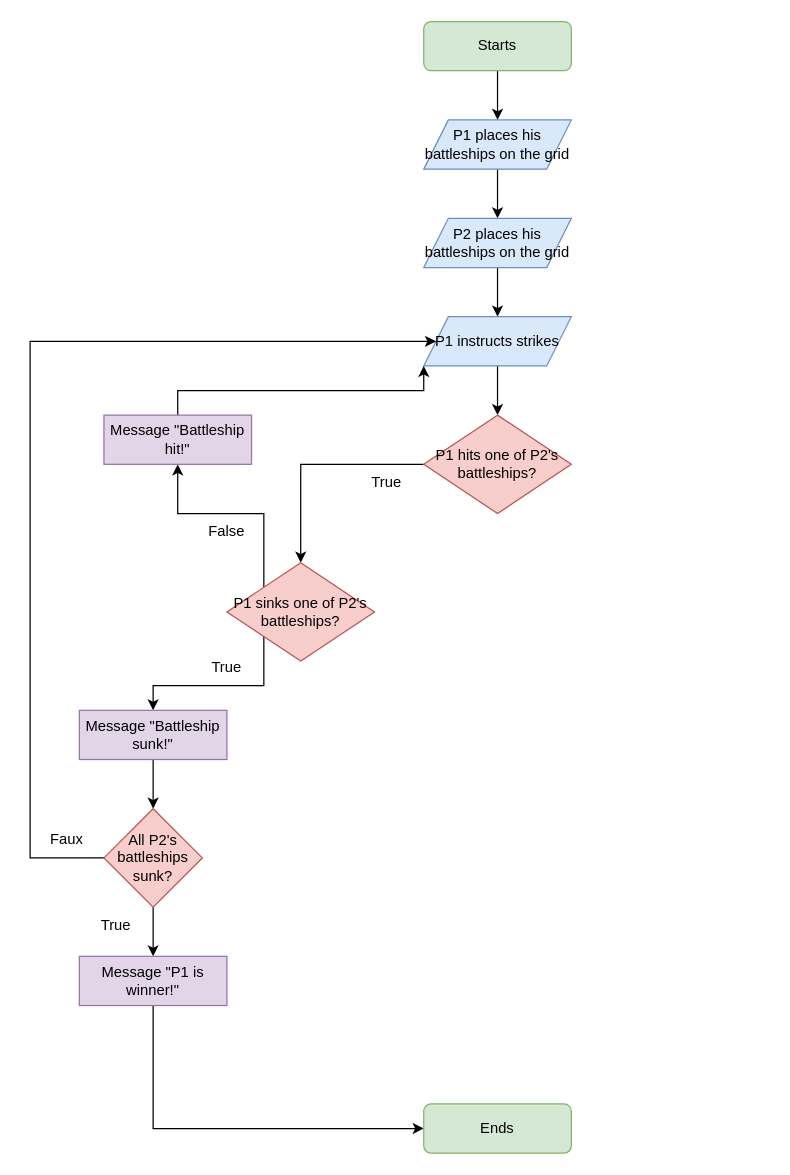
tinghaoK7727/Battleships_game keeps this draw.io diagram as Flowchart_battleships_game.drawio. Above is the earlier version. Source tidied: cells renumbered, new cells numbered last; positions are measured from the earlier drawing's top-left corner, leaving out a move shared by most shapes. Both pictures are drawn from the tidied source at 123%, with x=0, y=0 at pixel (30, 21).
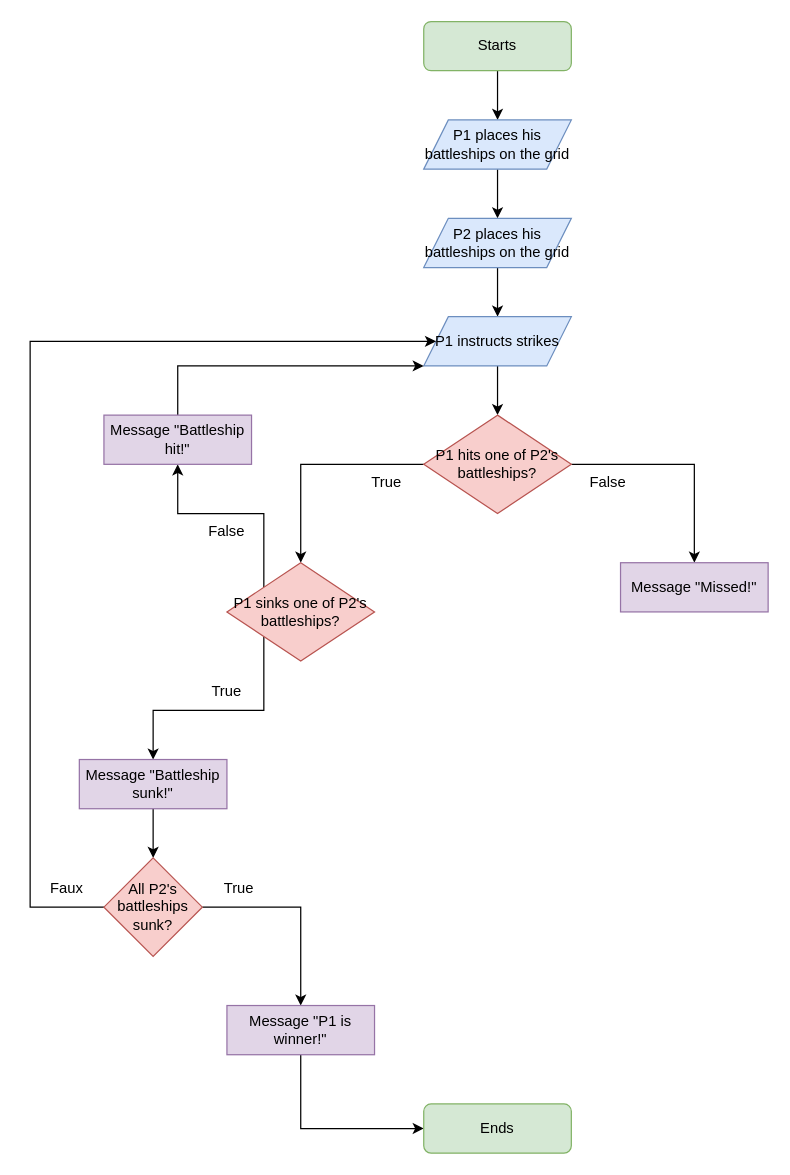
Above is the later version.

The change refers to these unchanged cells:
```xml
<mxCell id="9" value="P1 instructs strikes" style="shape=parallelogram;perimeter=parallelogramPerimeter;whiteSpace=wrap;html=1;fixedSize=1;fillColor=#dae8fc;strokeColor=#6c8ebf;" parent="1" vertex="1">
  <mxGeometry x="320" y="240" width="120" height="40" as="geometry" />
</mxCell>
<mxCell id="11" value="P1 hits one of P2's battleships?" style="rhombus;whiteSpace=wrap;html=1;fillColor=#f8cecc;strokeColor=#b85450;" parent="1" vertex="1">
  <mxGeometry x="320" y="320" width="120" height="80" as="geometry" />
</mxCell>
<mxCell id="16" value="Message &quot;Battleship hit!&quot;" style="rounded=0;whiteSpace=wrap;html=1;fillColor=#e1d5e7;strokeColor=#9673a6;" parent="1" vertex="1">
  <mxGeometry x="60" y="320" width="120" height="40" as="geometry" />
</mxCell>
```

Diff of the diagram source:
```diff
@@
+    <mxCell id="30" style="edgeStyle=orthogonalEdgeStyle;rounded=0;jettySize=auto;html=1;exitX=1;exitY=0.5;exitDx=0;exitDy=0;entryX=0.5;entryY=0;entryDx=0;entryDy=0;" parent="1" edge="1" source="11" target="31">
+      <mxGeometry relative="1" as="geometry" />
+    </mxCell>
@@
     <mxCell id="15" style="edgeStyle=orthogonalEdgeStyle;rounded=0;jettySize=auto;html=1;exitX=0.5;exitY=0;exitDx=0;exitDy=0;entryX=0;entryY=1;entryDx=0;entryDy=0;" parent="1" edge="1" source="16" target="9">
-      <mxGeometry relative="1" as="geometry" />
+      <mxGeometry relative="1" as="geometry">
+        <Array as="points">
+          <mxPoint x="120" y="280" />
+        </Array>
+      </mxGeometry>
     </mxCell>
@@
     <mxCell id="18" value="Message &quot;Battleship sunk!&quot;" style="rounded=0;whiteSpace=wrap;html=1;fillColor=#e1d5e7;strokeColor=#9673a6;" parent="1" vertex="1">
-      <mxGeometry x="40" y="560" width="120" height="40" as="geometry" />
+      <mxGeometry x="40" y="600" width="120" height="40" as="geometry" />
     </mxCell>
@@
     <mxCell id="20" value="True" style="text;html=1;strokeColor=none;fillColor=none;align=center;verticalAlign=middle;whiteSpace=wrap;rounded=0;" parent="1" vertex="1">
-      <mxGeometry x="130" y="510" width="60" height="30" as="geometry" />
+      <mxGeometry x="130" y="530" width="60" height="30" as="geometry" />
     </mxCell>
-    <mxCell id="21" style="edgeStyle=orthogonalEdgeStyle;rounded=0;jettySize=auto;html=1;exitX=0.5;exitY=1;exitDx=0;exitDy=0;entryX=0.5;entryY=0;entryDx=0;entryDy=0;" parent="1" edge="1" source="23" target="25">
+    <mxCell id="21" style="edgeStyle=orthogonalEdgeStyle;rounded=0;jettySize=auto;html=1;entryX=0.5;entryY=0;entryDx=0;entryDy=0;" parent="1" edge="1" source="23" target="25">
       <mxGeometry relative="1" as="geometry" />
     </mxCell>
     <mxCell id="22" style="edgeStyle=orthogonalEdgeStyle;rounded=0;jettySize=auto;html=1;exitX=0;exitY=0.5;exitDx=0;exitDy=0;entryX=0;entryY=0.5;entryDx=0;entryDy=0;" parent="1" edge="1" source="23" target="9">
       <mxGeometry relative="1" as="geometry">
         <Array as="points">
-          <mxPoint y="680" />
+          <mxPoint y="720" />
           <mxPoint y="260" />
         </Array>
       </mxGeometry>
     </mxCell>
     <mxCell id="23" value="All P2's battleships sunk?" style="rhombus;whiteSpace=wrap;html=1;fillColor=#f8cecc;strokeColor=#b85450;" parent="1" vertex="1">
-      <mxGeometry x="60" y="640" width="80" height="80" as="geometry" />
+      <mxGeometry x="60" y="680" width="80" height="80" as="geometry" />
     </mxCell>
@@
     <mxCell id="25" value="Message &quot;P1 is winner!&quot;" style="rounded=0;whiteSpace=wrap;html=1;fillColor=#e1d5e7;strokeColor=#9673a6;" parent="1" vertex="1">
-      <mxGeometry x="40" y="760" width="120" height="40" as="geometry" />
+      <mxGeometry x="160" y="800" width="120" height="40" as="geometry" />
     </mxCell>
@@
     <mxCell id="27" value="True" style="text;html=1;strokeColor=none;fillColor=none;align=center;verticalAlign=middle;whiteSpace=wrap;rounded=0;" parent="1" vertex="1">
-      <mxGeometry x="40" y="720" width="60" height="30" as="geometry" />
+      <mxGeometry x="140" y="690" width="60" height="30" as="geometry" />
     </mxCell>
     <mxCell id="28" value="Faux" style="text;html=1;strokeColor=none;fillColor=none;align=center;verticalAlign=middle;whiteSpace=wrap;rounded=0;" parent="1" vertex="1">
-      <mxGeometry y="650" width="60" height="30" as="geometry" />
+      <mxGeometry y="690" width="60" height="30" as="geometry" />
     </mxCell>
@@
+    <mxCell id="31" value="Message &quot;Missed!&quot;" style="rounded=0;whiteSpace=wrap;html=1;fillColor=#e1d5e7;strokeColor=#9673a6;" parent="1" vertex="1">
+      <mxGeometry x="480" y="440" width="120" height="40" as="geometry" />
+    </mxCell>
+    <mxCell id="32" value="False" style="text;html=1;strokeColor=none;fillColor=none;align=center;verticalAlign=middle;whiteSpace=wrap;rounded=0;" parent="1" vertex="1">
+      <mxGeometry x="440" y="360" width="60" height="30" as="geometry" />
+    </mxCell>
```
